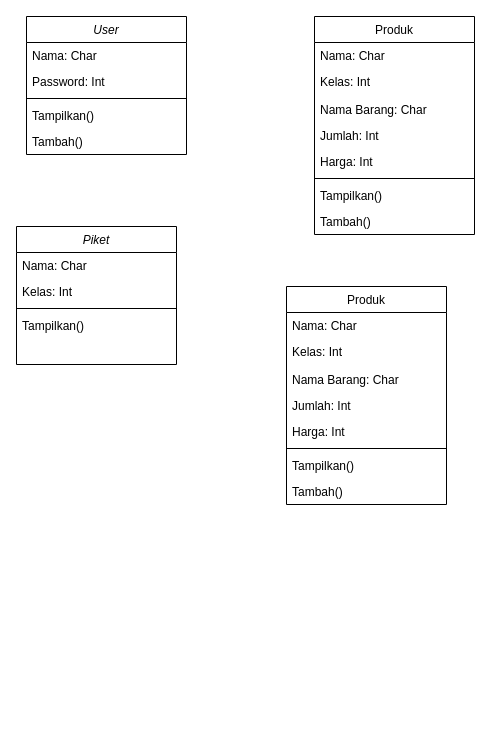
R-TSE-Real-Time-Software-Engineers/SPW-Canteen keeps this draw.io diagram as class diagram.drawio. Above is the earlier version. Source tidied: cells renumbered, new cells numbered last; positions are measured from the earlier drawing's top-left corner, leaving out a move shared by most shapes. Both pictures are drawn from the tidied source at 100%, with x=0, y=0 at pixel (16, 16).
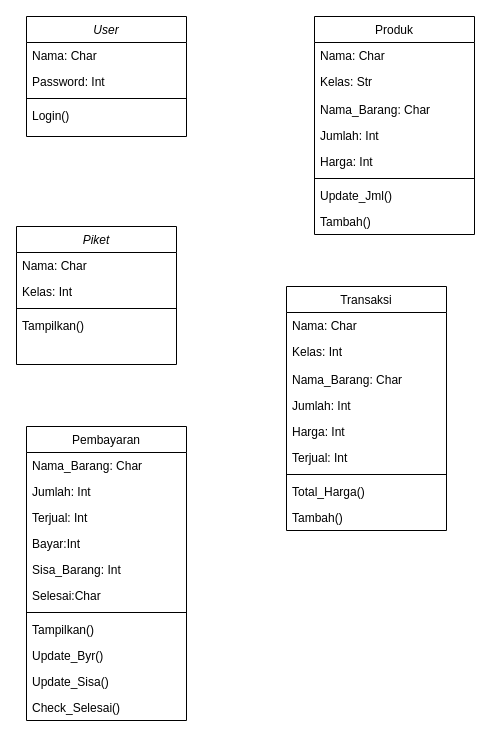
After the change.

Unchanged cells that the change refers to:
```xml
<mxCell id="8" value="Produk" style="swimlane;fontStyle=0;align=center;verticalAlign=top;horizontal=1;startSize=26;rounded=0;shadow=0;strokeWidth=1;" parent="1" vertex="1">
  <mxGeometry x="298" width="160" height="218" as="geometry" />
</mxCell>
```

Diff of the diagram source:
```diff
@@
     <mxCell id="2" value="User" style="swimlane;fontStyle=2;align=center;verticalAlign=top;horizontal=1;startSize=26;rounded=0;shadow=0;strokeWidth=1;" parent="1" vertex="1">
-      <mxGeometry x="10" width="160" height="138" as="geometry" />
+      <mxGeometry x="10" width="160" height="120" as="geometry" />
     </mxCell>
@@
-    <mxCell id="6" value="Tampilkan()&#10;" style="text;align=left;verticalAlign=top;spacingLeft=4;spacingRight=4;overflow=hidden;" parent="2" vertex="1">
+    <mxCell id="6" value="Login()" style="text;align=left;verticalAlign=top;spacingLeft=4;spacingRight=4;overflow=hidden;" parent="2" vertex="1">
       <mxGeometry y="86" width="160" height="26" as="geometry" />
     </mxCell>
-    <mxCell id="7" value="Tambah()" style="text;align=left;verticalAlign=top;spacingLeft=4;spacingRight=4;overflow=hidden;" parent="2" vertex="1">
-      <mxGeometry y="112" width="160" height="26" as="geometry" />
-    </mxCell>
@@
-    <mxCell id="10" value="Kelas: Int" style="text;align=left;verticalAlign=top;spacingLeft=4;spacingRight=4;overflow=hidden;rounded=0;shadow=0;html=0;" parent="8" vertex="1">
+    <mxCell id="10" value="Kelas: Str" style="text;align=left;verticalAlign=top;spacingLeft=4;spacingRight=4;overflow=hidden;rounded=0;shadow=0;html=0;" parent="8" vertex="1">
       <mxGeometry y="52" width="160" height="28" as="geometry" />
     </mxCell>
-    <mxCell id="11" value="Nama Barang: Char" style="text;align=left;verticalAlign=top;spacingLeft=4;spacingRight=4;overflow=hidden;rounded=0;shadow=0;html=0;" parent="8" vertex="1">
+    <mxCell id="11" value="Nama_Barang: Char" style="text;align=left;verticalAlign=top;spacingLeft=4;spacingRight=4;overflow=hidden;rounded=0;shadow=0;html=0;" parent="8" vertex="1">
       <mxGeometry y="80" width="160" height="26" as="geometry" />
     </mxCell>
@@
-    <mxCell id="15" value="Tampilkan()" style="text;align=left;verticalAlign=top;spacingLeft=4;spacingRight=4;overflow=hidden;" parent="8" vertex="1">
+    <mxCell id="15" value="Update_Jml()" style="text;align=left;verticalAlign=top;spacingLeft=4;spacingRight=4;overflow=hidden;" parent="8" vertex="1">
       <mxGeometry y="166" width="160" height="26" as="geometry" />
     </mxCell>
@@
-    <mxCell id="22" value="Produk" style="swimlane;fontStyle=0;align=center;verticalAlign=top;horizontal=1;startSize=26;rounded=0;shadow=0;strokeWidth=1;" parent="1" vertex="1">
-      <mxGeometry x="270" y="270" width="160" height="218" as="geometry" />
+    <mxCell id="22" value="Transaksi" style="swimlane;fontStyle=0;align=center;verticalAlign=top;horizontal=1;startSize=26;rounded=0;shadow=0;strokeWidth=1;" parent="1" vertex="1">
+      <mxGeometry x="270" y="270" width="160" height="244" as="geometry" />
     </mxCell>
@@
-    <mxCell id="25" value="Nama Barang: Char" style="text;align=left;verticalAlign=top;spacingLeft=4;spacingRight=4;overflow=hidden;rounded=0;shadow=0;html=0;" parent="22" vertex="1">
+    <mxCell id="25" value="Nama_Barang: Char" style="text;align=left;verticalAlign=top;spacingLeft=4;spacingRight=4;overflow=hidden;rounded=0;shadow=0;html=0;" parent="22" vertex="1">
       <mxGeometry y="80" width="160" height="26" as="geometry" />
     </mxCell>
@@
+    <mxCell id="31" value="Terjual: Int" style="text;align=left;verticalAlign=top;spacingLeft=4;spacingRight=4;overflow=hidden;rounded=0;shadow=0;html=0;" parent="22" vertex="1">
+      <mxGeometry y="158" width="160" height="26" as="geometry" />
+    </mxCell>
     <mxCell id="28" style="line;html=1;strokeWidth=1;align=left;verticalAlign=middle;spacingTop=-1;spacingLeft=3;spacingRight=3;labelPosition=right;" parent="22" vertex="1">
-      <mxGeometry y="158" width="160" height="8" as="geometry" />
+      <mxGeometry y="184" width="160" height="8" as="geometry" />
     </mxCell>
-    <mxCell id="29" value="Tampilkan()" style="text;align=left;verticalAlign=top;spacingLeft=4;spacingRight=4;overflow=hidden;" parent="22" vertex="1">
-      <mxGeometry y="166" width="160" height="26" as="geometry" />
+    <mxCell id="29" value="Total_Harga()" style="text;align=left;verticalAlign=top;spacingLeft=4;spacingRight=4;overflow=hidden;" parent="22" vertex="1">
+      <mxGeometry y="192" width="160" height="26" as="geometry" />
     </mxCell>
     <mxCell id="30" value="Tambah()" style="text;align=left;verticalAlign=top;spacingLeft=4;spacingRight=4;overflow=hidden;" parent="22" vertex="1">
-      <mxGeometry y="192" width="160" height="26" as="geometry" />
+      <mxGeometry y="218" width="160" height="26" as="geometry" />
     </mxCell>
+    <mxCell id="32" value="Pembayaran" style="swimlane;fontStyle=0;align=center;verticalAlign=top;horizontal=1;startSize=26;rounded=0;shadow=0;strokeWidth=1;" parent="1" vertex="1">
+      <mxGeometry x="10" y="410" width="160" height="294" as="geometry" />
+    </mxCell>
+    <mxCell id="33" value="Nama_Barang: Char" style="text;align=left;verticalAlign=top;spacingLeft=4;spacingRight=4;overflow=hidden;rounded=0;shadow=0;html=0;" parent="32" vertex="1">
+      <mxGeometry y="26" width="160" height="26" as="geometry" />
+    </mxCell>
+    <mxCell id="34" value="Jumlah: Int" style="text;align=left;verticalAlign=top;spacingLeft=4;spacingRight=4;overflow=hidden;rounded=0;shadow=0;html=0;" parent="32" vertex="1">
+      <mxGeometry y="52" width="160" height="26" as="geometry" />
+    </mxCell>
+    <mxCell id="35" value="Terjual: Int" style="text;align=left;verticalAlign=top;spacingLeft=4;spacingRight=4;overflow=hidden;rounded=0;shadow=0;html=0;" parent="32" vertex="1">
+      <mxGeometry y="78" width="160" height="26" as="geometry" />
+    </mxCell>
+    <mxCell id="36" value="Bayar:Int" style="text;align=left;verticalAlign=top;spacingLeft=4;spacingRight=4;overflow=hidden;rounded=0;shadow=0;html=0;" parent="32" vertex="1">
+      <mxGeometry y="104" width="160" height="26" as="geometry" />
+    </mxCell>
+    <mxCell id="37" value="Sisa_Barang: Int" style="text;align=left;verticalAlign=top;spacingLeft=4;spacingRight=4;overflow=hidden;rounded=0;shadow=0;html=0;" parent="32" vertex="1">
+      <mxGeometry y="130" width="160" height="26" as="geometry" />
+    </mxCell>
+    <mxCell id="38" value="Selesai:Char" style="text;align=left;verticalAlign=top;spacingLeft=4;spacingRight=4;overflow=hidden;rounded=0;shadow=0;html=0;" parent="32" vertex="1">
+      <mxGeometry y="156" width="160" height="26" as="geometry" />
+    </mxCell>
+    <mxCell id="39" style="line;html=1;strokeWidth=1;align=left;verticalAlign=middle;spacingTop=-1;spacingLeft=3;spacingRight=3;labelPosition=right;" parent="32" vertex="1">
+      <mxGeometry y="182" width="160" height="8" as="geometry" />
+    </mxCell>
+    <mxCell id="40" value="Tampilkan()" style="text;align=left;verticalAlign=top;spacingLeft=4;spacingRight=4;overflow=hidden;" parent="32" vertex="1">
+      <mxGeometry y="190" width="160" height="26" as="geometry" />
+    </mxCell>
+    <mxCell id="41" value="Update_Byr()" style="text;align=left;verticalAlign=top;spacingLeft=4;spacingRight=4;overflow=hidden;" parent="32" vertex="1">
+      <mxGeometry y="216" width="160" height="26" as="geometry" />
+    </mxCell>
+    <mxCell id="42" value="Update_Sisa()" style="text;align=left;verticalAlign=top;spacingLeft=4;spacingRight=4;overflow=hidden;" parent="32" vertex="1">
+      <mxGeometry y="242" width="160" height="26" as="geometry" />
+    </mxCell>
+    <mxCell id="43" value="Check_Selesai()" style="text;align=left;verticalAlign=top;spacingLeft=4;spacingRight=4;overflow=hidden;" parent="32" vertex="1">
+      <mxGeometry y="268" width="160" height="26" as="geometry" />
+    </mxCell>
```
